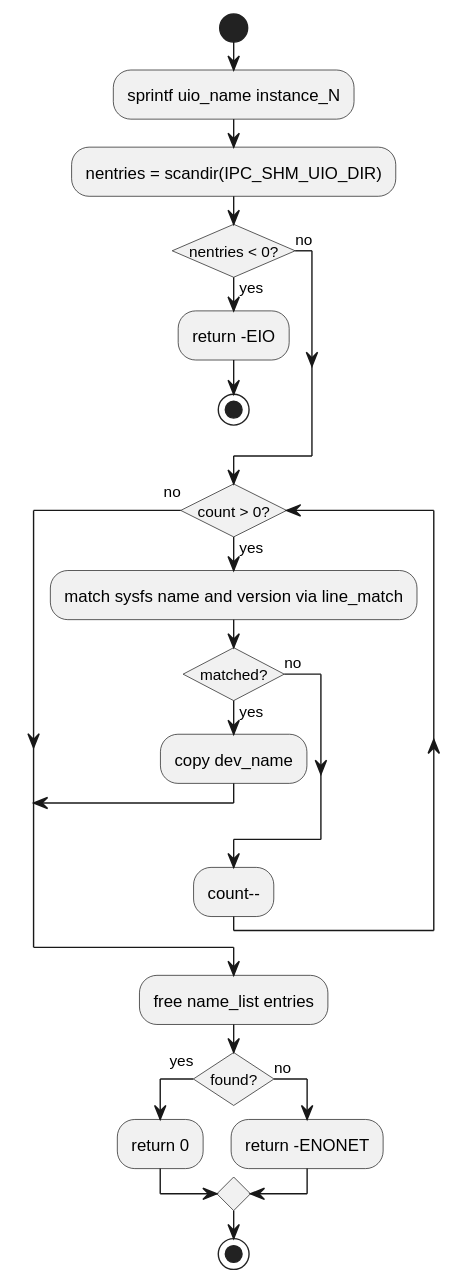
Earlier version of the PlantUML export c1_sdd_linux-ipcs/cursor_tmp/flow_svgs/linux_6_4_3_get_uio_dev_name.svg (Mastang1/sad_sdd_proj).
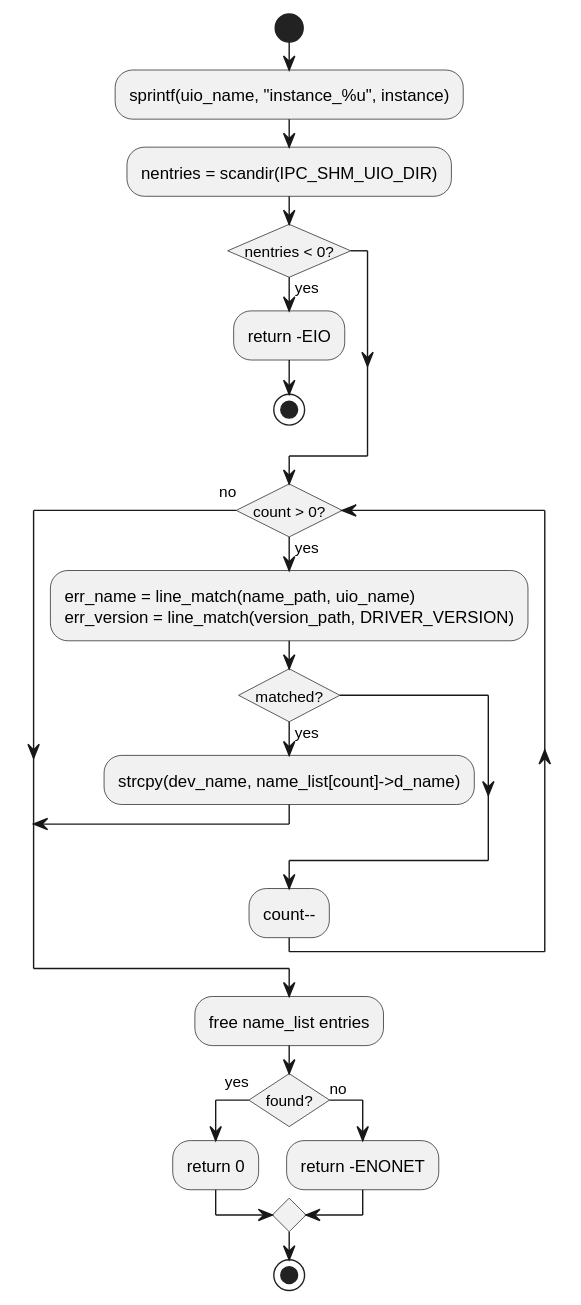
Later version of the same file.

What changed in the source:
```diff
@@ -3,20 +3,18 @@
 skinparam conditionStyle insideDiamond
 skinparam linetype ortho
 start
-:sprintf uio_name instance_N;
+:sprintf(uio_name, "instance_%u", instance);
 :nentries = scandir(IPC_SHM_UIO_DIR);
 if (nentries < 0?) then (yes)
   :return -EIO;
-  stop
-else (no)
+stop
 endif
 while (count > 0?) is (yes)
-  :match sysfs name and version via line_match;
+  :err_name = line_match(name_path, uio_name)\nerr_version = line_match(version_path, DRIVER_VERSION);
   if (matched?) then (yes)
-    :copy dev_name;
+    :strcpy(dev_name, name_list[count]->d_name);
     break
-  else (no)
-  endif
+    endif
   :count--;
 endwhile (no)
 :free name_list entries;
```
